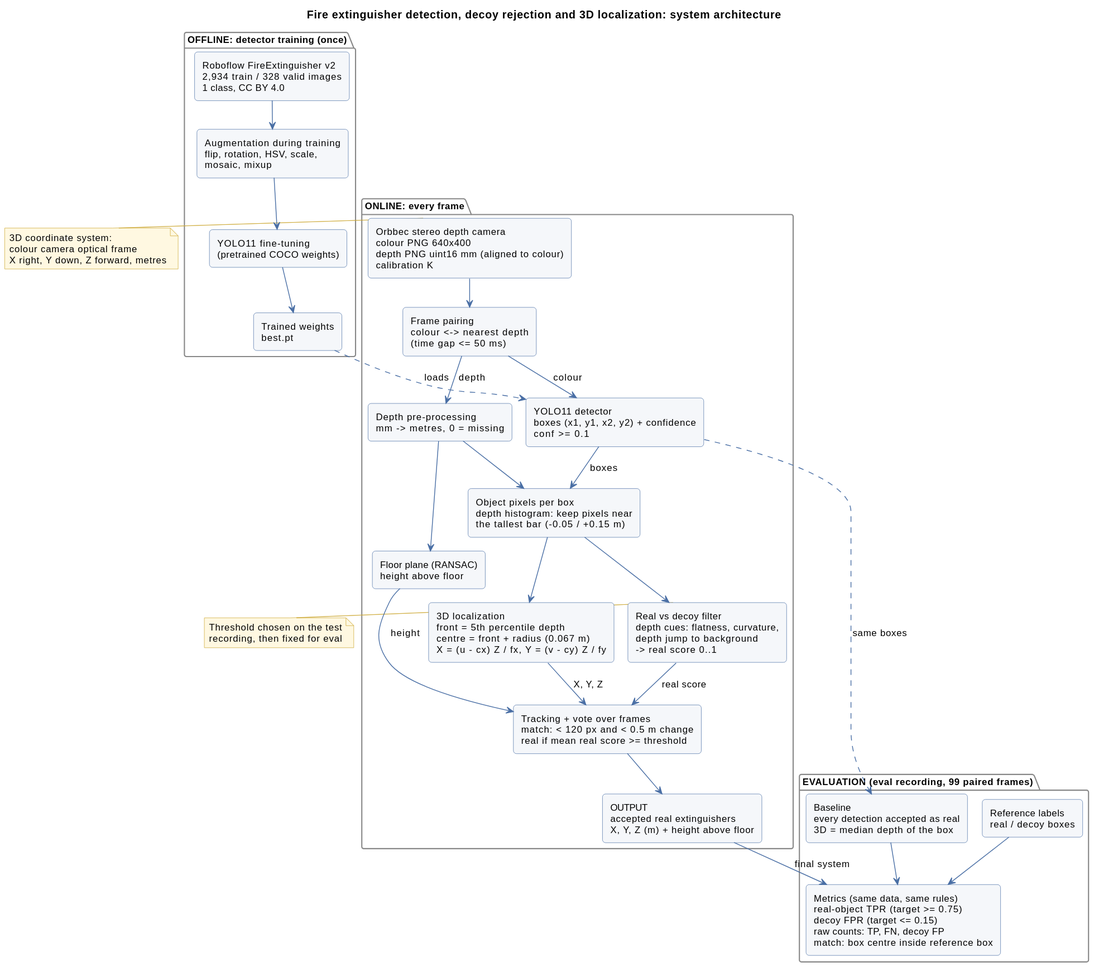
The PlantUML diagram doc/system_architecture.svg in ThaniJames/R7020E_Group_7_Object-Detection-and-Localization, before a commit.
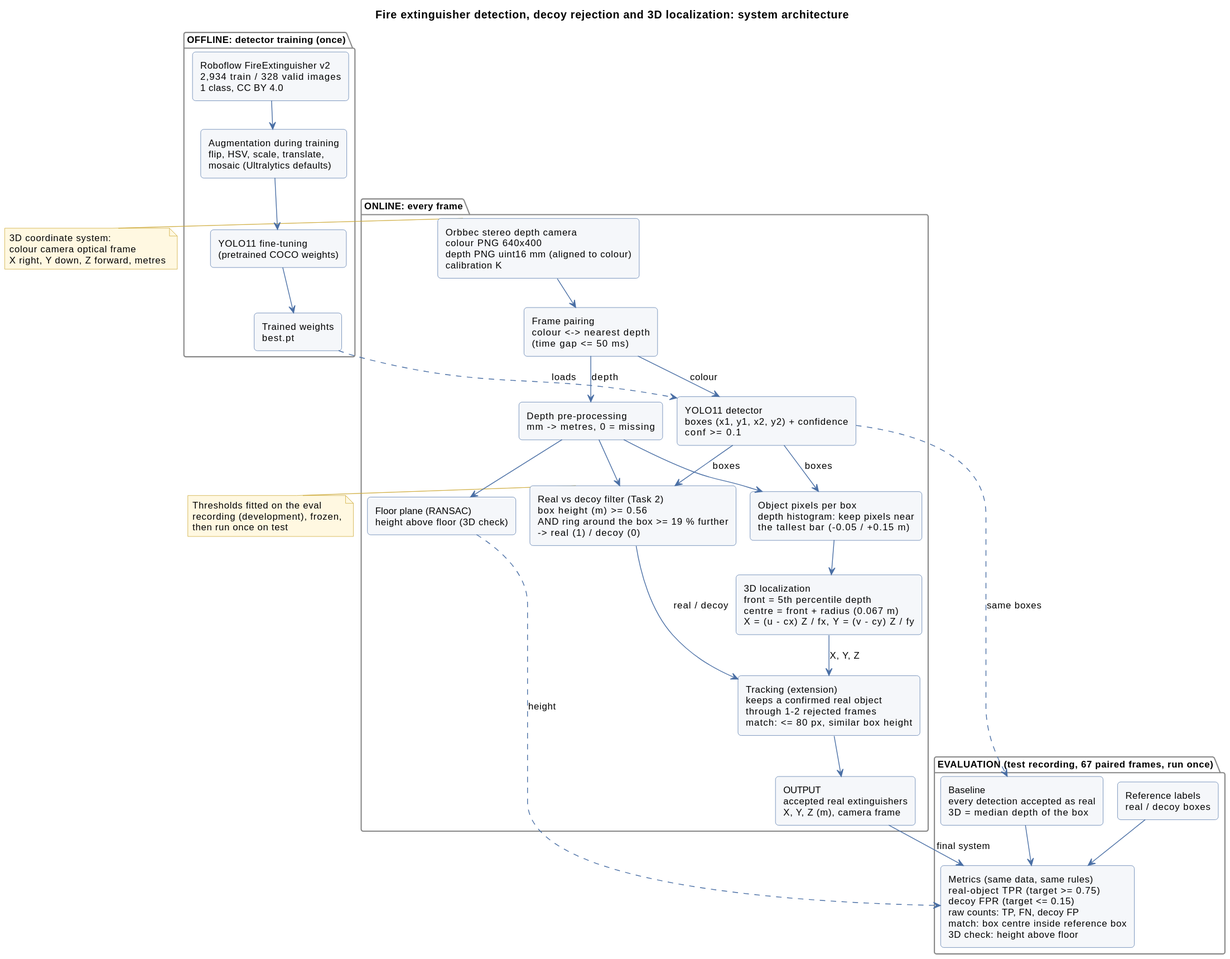
Above is the later version.

Change to the diagram source:
```diff
@@ -22,7 +22,7 @@
 
 package "OFFLINE: detector training (once)" {
   rectangle "Roboflow FireExtinguisher v2\n2,934 train / 328 valid images\n1 class, CC BY 4.0" as rf
-  rectangle "Augmentation during training\nflip, rotation, HSV, scale,\nmosaic, mixup" as aug
+  rectangle "Augmentation during training\nflip, HSV, scale, translate,\nmosaic (Ultralytics defaults)" as aug
   rectangle "YOLO11 fine-tuning\n(pretrained COCO weights)" as train
   rectangle "Trained weights\nbest.pt" as weights
   rf --> aug
@@ -36,11 +36,11 @@
   rectangle "Depth pre-processing\nmm -> metres, 0 = missing" as depthpre
   rectangle "YOLO11 detector\nboxes (x1, y1, x2, y2) + confidence\nconf >= 0.1" as det
   rectangle "Object pixels per box\ndepth histogram: keep pixels near\nthe tallest bar (-0.05 / +0.15 m)" as objpix
-  rectangle "Real vs decoy filter\ndepth cues: flatness, curvature,\ndepth jump to background\n-> real score 0..1" as decoy
+  rectangle "Real vs decoy filter (Task 2)\nbox height (m) >= 0.56\nAND ring around the box >= 19 % further\n-> real (1) / decoy (0)" as decoy
   rectangle "3D localization\nfront = 5th percentile depth\ncentre = front + radius (0.067 m)\nX = (u - cx) Z / fx,  Y = (v - cy) Z / fy" as loc
-  rectangle "Floor plane (RANSAC)\nheight above floor" as floor
-  rectangle "Tracking + vote over frames\nmatch: < 120 px and < 0.5 m change\nreal if mean real score >= threshold" as track
-  rectangle "OUTPUT\naccepted real extinguishers\nX, Y, Z (m) + height above floor" as out
+  rectangle "Floor plane (RANSAC)\nheight above floor (3D check)" as floor
+  rectangle "Tracking (extension)\nkeeps a confirmed real object\nthrough 1-2 rejected frames\nmatch: <= 80 px, similar box height" as track
+  rectangle "OUTPUT\naccepted real extinguishers\nX, Y, Z (m), camera frame" as out
 
   cam --> pair
   pair --> det : colour
@@ -48,25 +48,26 @@
   weights ..> det : loads
   det --> objpix : boxes
   depthpre --> objpix
-  objpix --> decoy
+  det --> decoy : boxes
+  depthpre --> decoy
   objpix --> loc
   depthpre --> floor
-  decoy --> track : real score
+  decoy --> track : real / decoy
   loc --> track : X, Y, Z
-  floor --> track : height
   track --> out
 }
 
-package "EVALUATION (eval recording, 99 paired frames)" {
+package "EVALUATION (test recording, 67 paired frames, run once)" {
   rectangle "Reference labels\nreal / decoy boxes" as labels
   rectangle "Baseline\nevery detection accepted as real\n3D = median depth of the box" as base
-  rectangle "Metrics (same data, same rules)\nreal-object TPR (target >= 0.75)\ndecoy FPR (target <= 0.15)\nraw counts: TP, FN, decoy FP\nmatch: box centre inside reference box" as metrics
+  rectangle "Metrics (same data, same rules)\nreal-object TPR (target >= 0.75)\ndecoy FPR (target <= 0.15)\nraw counts: TP, FN, decoy FP\nmatch: box centre inside reference box\n3D check: height above floor" as metrics
   labels --> metrics
   base --> metrics
 }
 
 det ..> base : same boxes
 out --> metrics : final system
+floor ..> metrics : height
 
 note right of cam
   3D coordinate system:
@@ -75,7 +76,8 @@
 end note
 
 note right of decoy
-  Threshold chosen on the test
-  recording, then fixed for eval
+  Thresholds fitted on the eval
+  recording (development), frozen,
+  then run once on test
 end note
 @enduml
```
